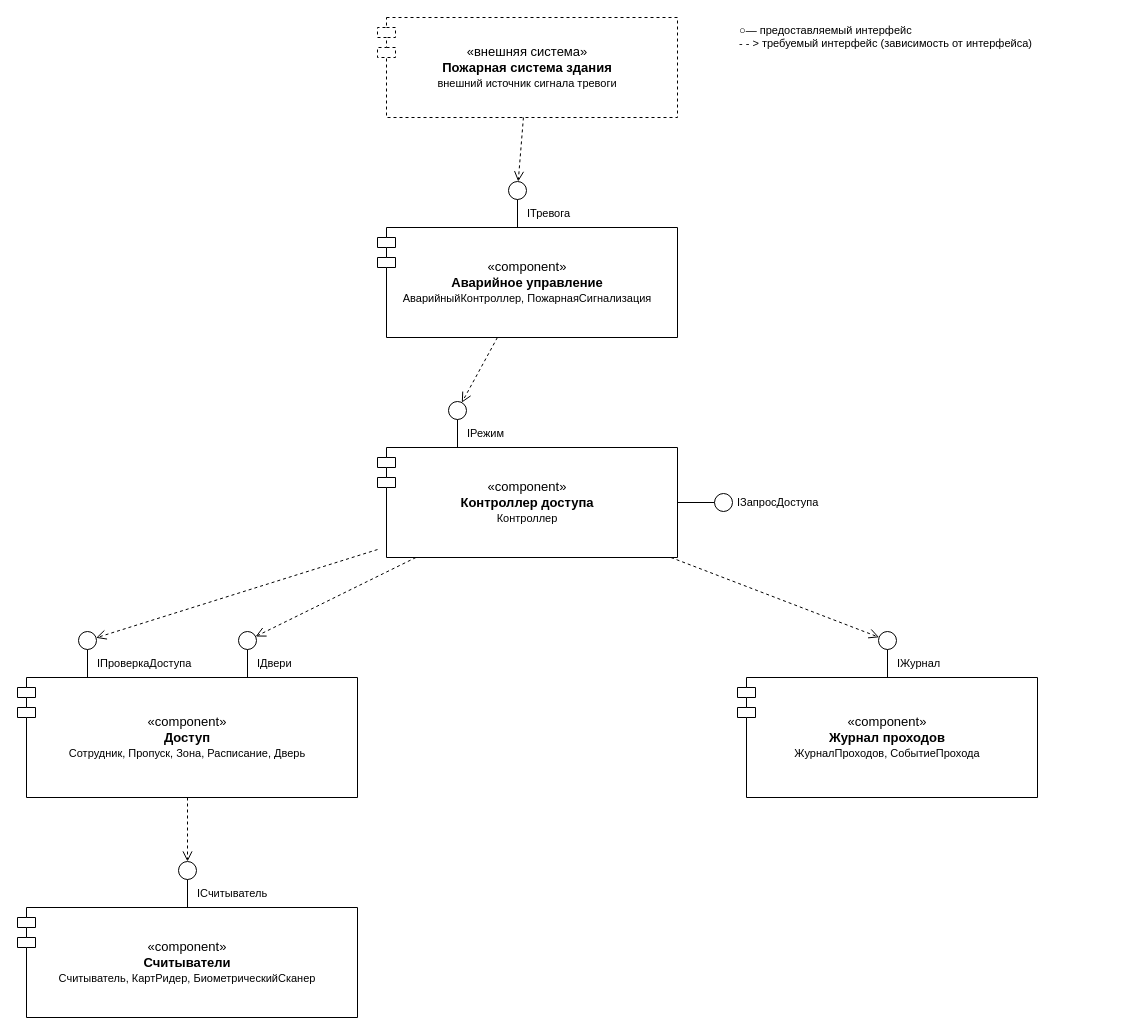
This is page "ЛР4 — 2. Диаграмма компонентов" (15 of 16) of СКУД.drawio from Rem1yo/ooap-skud-uml, a draw.io file, before an edit. Source tidied: cells renumbered, new cells numbered last; positions are measured from the earlier drawing's top-left corner, leaving out a move shared by most shapes. Both pictures are drawn from the tidied source at 100%, with x=0, y=0 at pixel (17, 17).
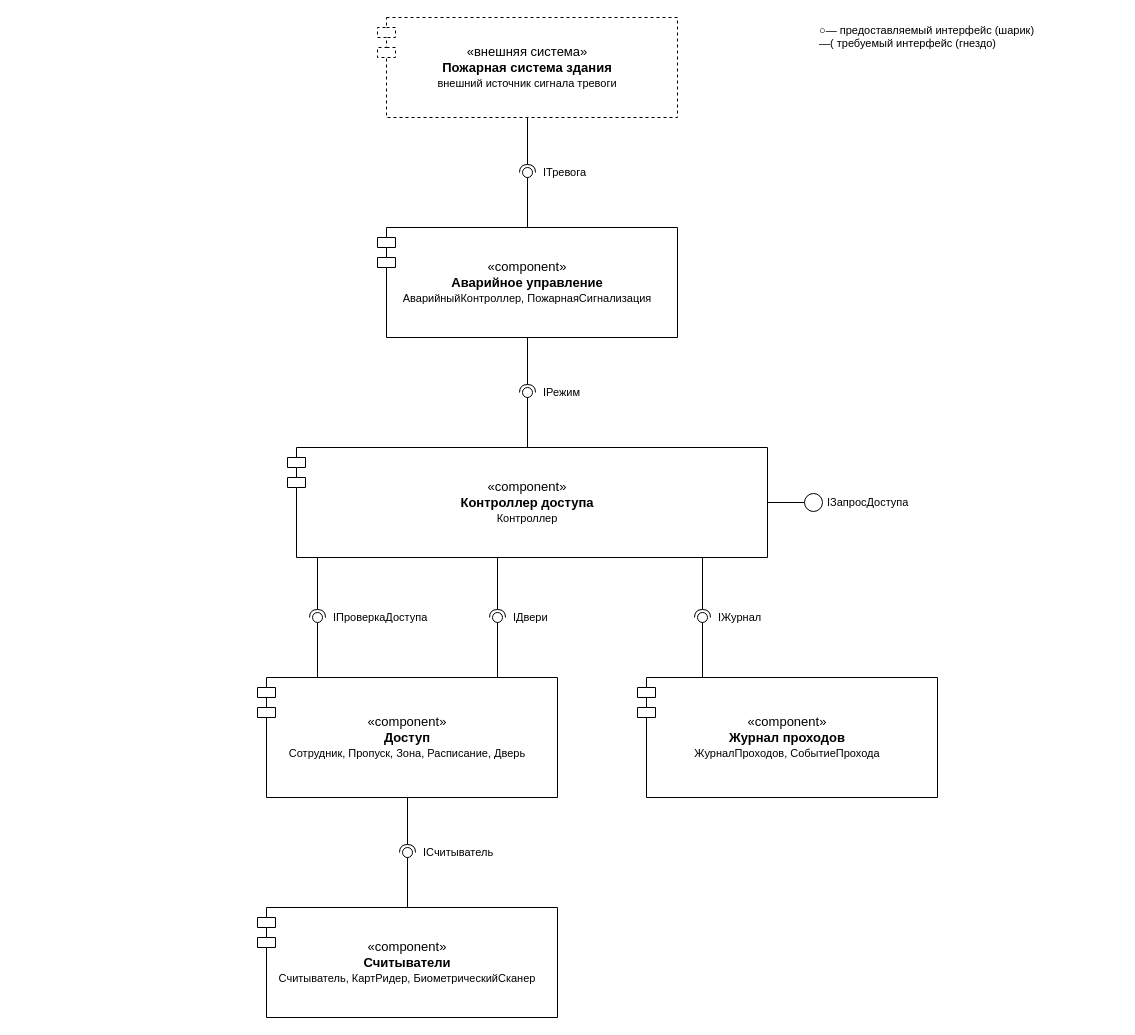
The same page after the edit.

Unchanged cells that the change refers to:
```xml
<mxCell id="2" value="«внешняя система»&lt;br&gt;&lt;b&gt;Пожарная система здания&lt;/b&gt;&lt;br&gt;&lt;font style=&quot;font-size:11px&quot;&gt;внешний источник сигнала тревоги&lt;/font&gt;" style="shape=module;align=center;verticalAlign=middle;html=1;whiteSpace=wrap;jettyWidth=18;jettySize=8;fillColor=#ffffff;strokeColor=#000000;fontColor=#000000;fontSize=13;dashed=1;" parent="1" vertex="1">
  <mxGeometry x="360" width="300" height="100" as="geometry" />
</mxCell>
<mxCell id="3" value="«component»&lt;br&gt;&lt;b&gt;Аварийное управление&lt;/b&gt;&lt;br&gt;&lt;font style=&quot;font-size:11px&quot;&gt;АварийныйКонтроллер, ПожарнаяСигнализация&lt;/font&gt;" style="shape=module;align=center;verticalAlign=middle;html=1;whiteSpace=wrap;jettyWidth=18;jettySize=8;fillColor=#ffffff;strokeColor=#000000;fontColor=#000000;fontSize=13;" parent="1" vertex="1">
  <mxGeometry x="360" y="210" width="300" height="110" as="geometry" />
</mxCell>
```

The edit, as a diff of the source:
```diff
@@
     <mxCell id="4" value="«component»&lt;br&gt;&lt;b&gt;Контроллер доступа&lt;/b&gt;&lt;br&gt;&lt;font style=&quot;font-size:11px&quot;&gt;Контроллер&lt;/font&gt;" style="shape=module;align=center;verticalAlign=middle;html=1;whiteSpace=wrap;jettyWidth=18;jettySize=8;fillColor=#ffffff;strokeColor=#000000;fontColor=#000000;fontSize=13;" parent="1" vertex="1">
-      <mxGeometry x="360" y="430" width="300" height="110" as="geometry" />
+      <mxGeometry x="270" y="430" width="480" height="110" as="geometry" />
     </mxCell>
     <mxCell id="5" value="«component»&lt;br&gt;&lt;b&gt;Доступ&lt;/b&gt;&lt;br&gt;&lt;font style=&quot;font-size:11px&quot;&gt;Сотрудник, Пропуск, Зона, Расписание, Дверь&lt;/font&gt;" style="shape=module;align=center;verticalAlign=middle;html=1;whiteSpace=wrap;jettyWidth=18;jettySize=8;fillColor=#ffffff;strokeColor=#000000;fontColor=#000000;fontSize=13;" parent="1" vertex="1">
-      <mxGeometry y="660" width="340" height="120" as="geometry" />
+      <mxGeometry x="240" y="660" width="300" height="120" as="geometry" />
     </mxCell>
     <mxCell id="6" value="«component»&lt;br&gt;&lt;b&gt;Журнал проходов&lt;/b&gt;&lt;br&gt;&lt;font style=&quot;font-size:11px&quot;&gt;ЖурналПроходов, СобытиеПрохода&lt;/font&gt;" style="shape=module;align=center;verticalAlign=middle;html=1;whiteSpace=wrap;jettyWidth=18;jettySize=8;fillColor=#ffffff;strokeColor=#000000;fontColor=#000000;fontSize=13;" parent="1" vertex="1">
-      <mxGeometry x="720" y="660" width="300" height="120" as="geometry" />
+      <mxGeometry x="620" y="660" width="300" height="120" as="geometry" />
     </mxCell>
     <mxCell id="7" value="«component»&lt;br&gt;&lt;b&gt;Считыватели&lt;/b&gt;&lt;br&gt;&lt;font style=&quot;font-size:11px&quot;&gt;Считыватель, КартРидер, БиометрическийСканер&lt;/font&gt;" style="shape=module;align=center;verticalAlign=middle;html=1;whiteSpace=wrap;jettyWidth=18;jettySize=8;fillColor=#ffffff;strokeColor=#000000;fontColor=#000000;fontSize=13;" parent="1" vertex="1">
-      <mxGeometry y="890" width="340" height="110" as="geometry" />
+      <mxGeometry x="240" y="890" width="300" height="110" as="geometry" />
     </mxCell>
-    <mxCell id="8" style="ellipse;html=1;fillColor=#ffffff;strokeColor=#000000;" parent="1" vertex="1">
-      <mxGeometry x="491" y="164" width="18" height="18" as="geometry" />
-    </mxCell>
-    <mxCell id="9" style="endArrow=none;html=1;strokeColor=#000000;" parent="1" edge="1">
-      <mxGeometry relative="1" as="geometry">
-        <mxPoint x="500" y="182" as="sourcePoint" />
-        <mxPoint x="500" y="210" as="targetPoint" />
-      </mxGeometry>
-    </mxCell>
+    <mxCell id="36" style="ellipse;whiteSpace=wrap;html=1;align=center;fillColor=none;strokeColor=none;perimeter=centerPerimeter;points=[];outlineConnect=1;" parent="1" vertex="1">
+      <mxGeometry x="505" y="150" width="10" height="10" as="geometry" />
+    </mxCell>
+    <mxCell id="37" style="rounded=0;jettySize=auto;html=1;endArrow=oval;endFill=0;sketch=0;sourcePerimeterSpacing=0;targetPerimeterSpacing=0;endSize=10;defaultLabelBackgroundColor=page;exitX=0.5;exitY=0;exitDx=0;exitDy=0;" parent="1" edge="1" source="3" target="36">
+      <mxGeometry relative="1" as="geometry" />
+    </mxCell>
+    <mxCell id="38" style="rounded=0;jettySize=auto;html=1;endArrow=halfCircle;endFill=0;endSize=6;strokeWidth=1;sketch=0;defaultLabelBackgroundColor=page;exitX=0.5;exitY=1;exitDx=0;exitDy=0;" parent="1" edge="1" source="2" target="36">
+      <mxGeometry relative="1" as="geometry" />
+    </mxCell>
     <mxCell id="10" value="IТревога" style="text;html=1;align=left;verticalAlign=middle;fontSize=11;fontColor=#000000;" parent="1" vertex="1">
-      <mxGeometry x="508" y="186" width="170" height="20" as="geometry" />
+      <mxGeometry x="524" y="145" width="170" height="20" as="geometry" />
     </mxCell>
-    <mxCell id="11" style="ellipse;html=1;fillColor=#ffffff;strokeColor=#000000;" parent="1" vertex="1">
-      <mxGeometry x="431" y="384" width="18" height="18" as="geometry" />
-    </mxCell>
-    <mxCell id="12" style="endArrow=none;html=1;strokeColor=#000000;" parent="1" edge="1">
-      <mxGeometry relative="1" as="geometry">
-        <mxPoint x="440" y="402" as="sourcePoint" />
-        <mxPoint x="440" y="430" as="targetPoint" />
-      </mxGeometry>
-    </mxCell>
+    <mxCell id="39" style="ellipse;whiteSpace=wrap;html=1;align=center;fillColor=none;strokeColor=none;perimeter=centerPerimeter;points=[];outlineConnect=1;" parent="1" vertex="1">
+      <mxGeometry x="505" y="370" width="10" height="10" as="geometry" />
+    </mxCell>
+    <mxCell id="40" style="rounded=0;jettySize=auto;html=1;endArrow=oval;endFill=0;sketch=0;sourcePerimeterSpacing=0;targetPerimeterSpacing=0;endSize=10;defaultLabelBackgroundColor=page;exitX=0.5;exitY=0;exitDx=0;exitDy=0;" parent="1" edge="1" source="4" target="39">
+      <mxGeometry relative="1" as="geometry" />
+    </mxCell>
+    <mxCell id="41" style="rounded=0;jettySize=auto;html=1;endArrow=halfCircle;endFill=0;endSize=6;strokeWidth=1;sketch=0;defaultLabelBackgroundColor=page;exitX=0.5;exitY=1;exitDx=0;exitDy=0;" parent="1" edge="1" source="3" target="39">
+      <mxGeometry relative="1" as="geometry" />
+    </mxCell>
     <mxCell id="13" value="IРежим" style="text;html=1;align=left;verticalAlign=middle;fontSize=11;fontColor=#000000;" parent="1" vertex="1">
-      <mxGeometry x="448" y="406" width="170" height="20" as="geometry" />
+      <mxGeometry x="524" y="365" width="170" height="20" as="geometry" />
     </mxCell>
-    <mxCell id="14" style="ellipse;html=1;fillColor=#ffffff;strokeColor=#000000;" parent="1" vertex="1">
-      <mxGeometry x="697" y="476" width="18" height="18" as="geometry" />
-    </mxCell>
-    <mxCell id="15" style="endArrow=none;html=1;strokeColor=#000000;" parent="1" edge="1">
-      <mxGeometry relative="1" as="geometry">
-        <mxPoint x="697" y="485" as="sourcePoint" />
-        <mxPoint x="660" y="485" as="targetPoint" />
-      </mxGeometry>
-    </mxCell>
+    <mxCell id="42" style="ellipse;whiteSpace=wrap;html=1;align=center;fillColor=none;strokeColor=none;perimeter=centerPerimeter;points=[];outlineConnect=1;" parent="1" vertex="1">
+      <mxGeometry x="295" y="595" width="10" height="10" as="geometry" />
+    </mxCell>
+    <mxCell id="43" style="rounded=0;jettySize=auto;html=1;endArrow=oval;endFill=0;sketch=0;sourcePerimeterSpacing=0;targetPerimeterSpacing=0;endSize=10;defaultLabelBackgroundColor=page;exitX=0.2;exitY=0;exitDx=0;exitDy=0;" parent="1" edge="1" source="5" target="42">
+      <mxGeometry relative="1" as="geometry" />
+    </mxCell>
+    <mxCell id="44" style="rounded=0;jettySize=auto;html=1;endArrow=halfCircle;endFill=0;endSize=6;strokeWidth=1;sketch=0;defaultLabelBackgroundColor=page;exitX=0.0625;exitY=1;exitDx=0;exitDy=0;" parent="1" edge="1" source="4" target="42">
+      <mxGeometry relative="1" as="geometry" />
+    </mxCell>
+    <mxCell id="19" value="IПроверкаДоступа" style="text;html=1;align=left;verticalAlign=middle;fontSize=11;fontColor=#000000;" parent="1" vertex="1">
+      <mxGeometry x="314" y="590" width="170" height="20" as="geometry" />
+    </mxCell>
+    <mxCell id="45" style="ellipse;whiteSpace=wrap;html=1;align=center;fillColor=none;strokeColor=none;perimeter=centerPerimeter;points=[];outlineConnect=1;" parent="1" vertex="1">
+      <mxGeometry x="475" y="595" width="10" height="10" as="geometry" />
+    </mxCell>
+    <mxCell id="46" style="rounded=0;jettySize=auto;html=1;endArrow=oval;endFill=0;sketch=0;sourcePerimeterSpacing=0;targetPerimeterSpacing=0;endSize=10;defaultLabelBackgroundColor=page;exitX=0.8;exitY=0;exitDx=0;exitDy=0;" parent="1" edge="1" source="5" target="45">
+      <mxGeometry relative="1" as="geometry" />
+    </mxCell>
+    <mxCell id="47" style="rounded=0;jettySize=auto;html=1;endArrow=halfCircle;endFill=0;endSize=6;strokeWidth=1;sketch=0;defaultLabelBackgroundColor=page;exitX=0.4375;exitY=1;exitDx=0;exitDy=0;" parent="1" edge="1" source="4" target="45">
+      <mxGeometry relative="1" as="geometry" />
+    </mxCell>
+    <mxCell id="22" value="IДвери" style="text;html=1;align=left;verticalAlign=middle;fontSize=11;fontColor=#000000;" parent="1" vertex="1">
+      <mxGeometry x="494" y="590" width="170" height="20" as="geometry" />
+    </mxCell>
+    <mxCell id="48" style="ellipse;whiteSpace=wrap;html=1;align=center;fillColor=none;strokeColor=none;perimeter=centerPerimeter;points=[];outlineConnect=1;" parent="1" vertex="1">
+      <mxGeometry x="680" y="595" width="10" height="10" as="geometry" />
+    </mxCell>
+    <mxCell id="49" style="rounded=0;jettySize=auto;html=1;endArrow=oval;endFill=0;sketch=0;sourcePerimeterSpacing=0;targetPerimeterSpacing=0;endSize=10;defaultLabelBackgroundColor=page;exitX=0.2167;exitY=0;exitDx=0;exitDy=0;" parent="1" edge="1" source="6" target="48">
+      <mxGeometry relative="1" as="geometry" />
+    </mxCell>
+    <mxCell id="50" style="rounded=0;jettySize=auto;html=1;endArrow=halfCircle;endFill=0;endSize=6;strokeWidth=1;sketch=0;defaultLabelBackgroundColor=page;exitX=0.8646;exitY=1;exitDx=0;exitDy=0;" parent="1" edge="1" source="4" target="48">
+      <mxGeometry relative="1" as="geometry" />
+    </mxCell>
+    <mxCell id="25" value="IЖурнал" style="text;html=1;align=left;verticalAlign=middle;fontSize=11;fontColor=#000000;" parent="1" vertex="1">
+      <mxGeometry x="699" y="590" width="170" height="20" as="geometry" />
+    </mxCell>
+    <mxCell id="51" style="ellipse;whiteSpace=wrap;html=1;align=center;fillColor=none;strokeColor=none;perimeter=centerPerimeter;points=[];outlineConnect=1;" parent="1" vertex="1">
+      <mxGeometry x="385" y="830" width="10" height="10" as="geometry" />
+    </mxCell>
+    <mxCell id="52" style="rounded=0;jettySize=auto;html=1;endArrow=oval;endFill=0;sketch=0;sourcePerimeterSpacing=0;targetPerimeterSpacing=0;endSize=10;defaultLabelBackgroundColor=page;exitX=0.5;exitY=0;exitDx=0;exitDy=0;" parent="1" edge="1" source="7" target="51">
+      <mxGeometry relative="1" as="geometry" />
+    </mxCell>
+    <mxCell id="53" style="rounded=0;jettySize=auto;html=1;endArrow=halfCircle;endFill=0;endSize=6;strokeWidth=1;sketch=0;defaultLabelBackgroundColor=page;exitX=0.5;exitY=1;exitDx=0;exitDy=0;" parent="1" edge="1" source="5" target="51">
+      <mxGeometry relative="1" as="geometry" />
+    </mxCell>
+    <mxCell id="28" value="IСчитыватель" style="text;html=1;align=left;verticalAlign=middle;fontSize=11;fontColor=#000000;" parent="1" vertex="1">
+      <mxGeometry x="404" y="825" width="170" height="20" as="geometry" />
+    </mxCell>
+    <mxCell id="54" style="ellipse;html=1;fillColor=#ffffff;strokeColor=#000000;" parent="1" vertex="1">
+      <mxGeometry x="787" y="476" width="18" height="18" as="geometry" />
+    </mxCell>
+    <mxCell id="55" style="endArrow=none;html=1;strokeColor=#000000;" parent="1" edge="1">
+      <mxGeometry relative="1" as="geometry">
+        <mxPoint x="787" y="485" as="sourcePoint" />
+        <mxPoint x="750" y="485" as="targetPoint" />
+      </mxGeometry>
+    </mxCell>
     <mxCell id="16" value="IЗапросДоступа" style="text;html=1;align=left;verticalAlign=middle;fontSize=11;fontColor=#000000;" parent="1" vertex="1">
-      <mxGeometry x="718" y="475" width="150" height="20" as="geometry" />
+      <mxGeometry x="808" y="475" width="150" height="20" as="geometry" />
     </mxCell>
-    <mxCell id="17" style="ellipse;html=1;fillColor=#ffffff;strokeColor=#000000;" parent="1" vertex="1">
-      <mxGeometry x="61" y="614" width="18" height="18" as="geometry" />
-    </mxCell>
-    <mxCell id="18" style="endArrow=none;html=1;strokeColor=#000000;" parent="1" edge="1">
-      <mxGeometry relative="1" as="geometry">
-        <mxPoint x="70" y="632" as="sourcePoint" />
-        <mxPoint x="70" y="660" as="targetPoint" />
-      </mxGeometry>
-    </mxCell>
-    <mxCell id="19" value="IПроверкаДоступа" style="text;html=1;align=left;verticalAlign=middle;fontSize=11;fontColor=#000000;" parent="1" vertex="1">
-      <mxGeometry x="78" y="636" width="170" height="20" as="geometry" />
-    </mxCell>
-    <mxCell id="20" style="ellipse;html=1;fillColor=#ffffff;strokeColor=#000000;" parent="1" vertex="1">
-      <mxGeometry x="221" y="614" width="18" height="18" as="geometry" />
-    </mxCell>
-    <mxCell id="21" style="endArrow=none;html=1;strokeColor=#000000;" parent="1" edge="1">
-      <mxGeometry relative="1" as="geometry">
-        <mxPoint x="230" y="632" as="sourcePoint" />
-        <mxPoint x="230" y="660" as="targetPoint" />
-      </mxGeometry>
-    </mxCell>
-    <mxCell id="22" value="IДвери" style="text;html=1;align=left;verticalAlign=middle;fontSize=11;fontColor=#000000;" parent="1" vertex="1">
-      <mxGeometry x="238" y="636" width="170" height="20" as="geometry" />
-    </mxCell>
-    <mxCell id="23" style="ellipse;html=1;fillColor=#ffffff;strokeColor=#000000;" parent="1" vertex="1">
-      <mxGeometry x="861" y="614" width="18" height="18" as="geometry" />
-    </mxCell>
-    <mxCell id="24" style="endArrow=none;html=1;strokeColor=#000000;" parent="1" edge="1">
-      <mxGeometry relative="1" as="geometry">
-        <mxPoint x="870" y="632" as="sourcePoint" />
-        <mxPoint x="870" y="660" as="targetPoint" />
-      </mxGeometry>
-    </mxCell>
-    <mxCell id="25" value="IЖурнал" style="text;html=1;align=left;verticalAlign=middle;fontSize=11;fontColor=#000000;" parent="1" vertex="1">
-      <mxGeometry x="878" y="636" width="170" height="20" as="geometry" />
-    </mxCell>
-    <mxCell id="26" style="ellipse;html=1;fillColor=#ffffff;strokeColor=#000000;" parent="1" vertex="1">
-      <mxGeometry x="161" y="844" width="18" height="18" as="geometry" />
-    </mxCell>
-    <mxCell id="27" style="endArrow=none;html=1;strokeColor=#000000;" parent="1" edge="1">
-      <mxGeometry relative="1" as="geometry">
-        <mxPoint x="170" y="862" as="sourcePoint" />
-        <mxPoint x="170" y="890" as="targetPoint" />
-      </mxGeometry>
-    </mxCell>
-    <mxCell id="28" value="IСчитыватель" style="text;html=1;align=left;verticalAlign=middle;fontSize=11;fontColor=#000000;" parent="1" vertex="1">
-      <mxGeometry x="178" y="866" width="170" height="20" as="geometry" />
-    </mxCell>
-    <mxCell id="29" style="edgeStyle=none;html=1;rounded=0;strokeColor=#000000;dashed=1;endArrow=open;endFill=0;endSize=8;" parent="1" edge="1" source="2" target="8">
-      <mxGeometry relative="1" as="geometry" />
-    </mxCell>
-    <mxCell id="30" style="edgeStyle=none;html=1;rounded=0;strokeColor=#000000;dashed=1;endArrow=open;endFill=0;endSize=8;" parent="1" edge="1" source="3" target="11">
-      <mxGeometry relative="1" as="geometry" />
-    </mxCell>
-    <mxCell id="31" style="edgeStyle=none;html=1;rounded=0;strokeColor=#000000;dashed=1;endArrow=open;endFill=0;endSize=8;" parent="1" edge="1" source="4" target="17">
-      <mxGeometry relative="1" as="geometry" />
-    </mxCell>
-    <mxCell id="32" style="edgeStyle=none;html=1;rounded=0;strokeColor=#000000;dashed=1;endArrow=open;endFill=0;endSize=8;" parent="1" edge="1" source="4" target="20">
-      <mxGeometry relative="1" as="geometry" />
-    </mxCell>
-    <mxCell id="33" style="edgeStyle=none;html=1;rounded=0;strokeColor=#000000;dashed=1;endArrow=open;endFill=0;endSize=8;" parent="1" edge="1" source="4" target="23">
-      <mxGeometry relative="1" as="geometry" />
-    </mxCell>
-    <mxCell id="34" style="edgeStyle=none;html=1;rounded=0;strokeColor=#000000;dashed=1;endArrow=open;endFill=0;endSize=8;" parent="1" edge="1" source="5" target="26">
-      <mxGeometry relative="1" as="geometry" />
-    </mxCell>
-    <mxCell id="35" value="○— предоставляемый интерфейс&lt;br&gt;- - &gt; требуемый интерфейс (зависимость от интерфейса)" style="text;html=1;align=left;verticalAlign=top;whiteSpace=wrap;fontSize=11;fontColor=#000000;" parent="1" vertex="1">
-      <mxGeometry x="720" width="320" height="40" as="geometry" />
-    </mxCell>
+    <mxCell id="56" value="○— предоставляемый интерфейс (шарик)&lt;br&gt;—( требуемый интерфейс (гнездо)" style="text;html=1;align=left;verticalAlign=top;whiteSpace=wrap;fontSize=11;fontColor=#000000;" parent="1" vertex="1">
+      <mxGeometry x="800" width="300" height="40" as="geometry" />
+    </mxCell>
```
